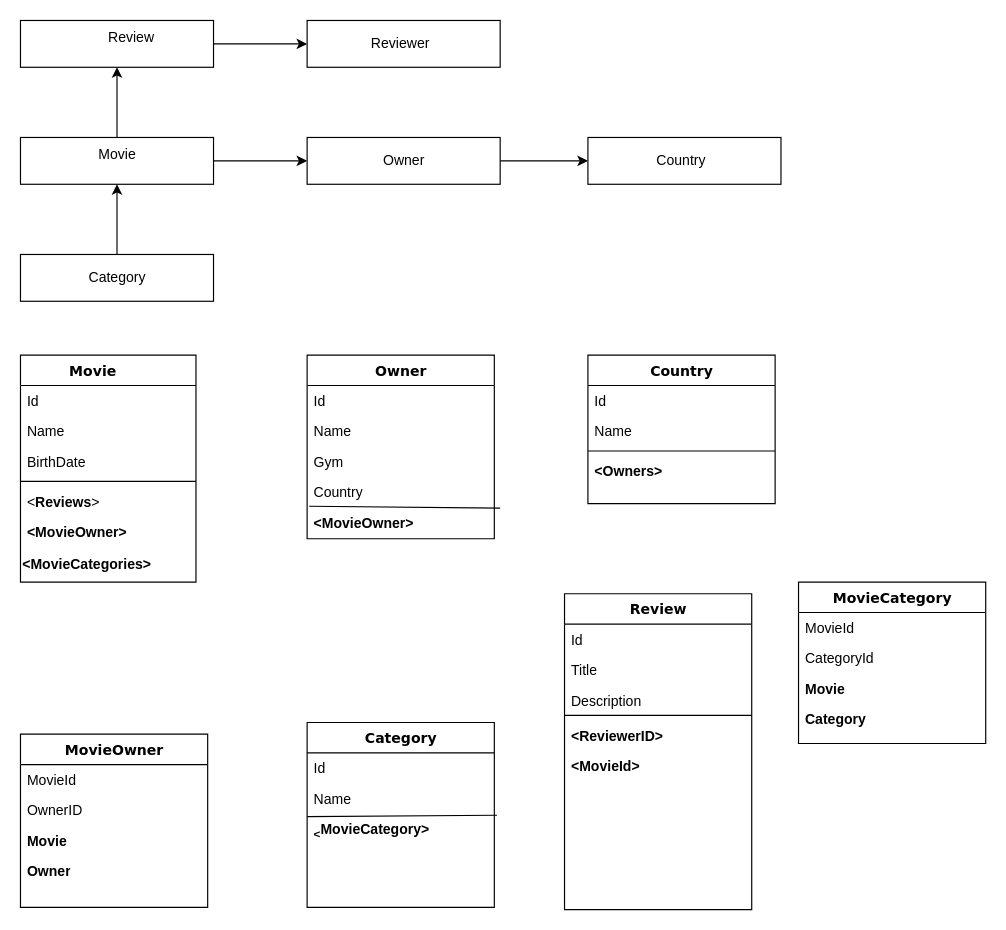
Above: Untitled Diagram.drawio in OfficialjustleoDev/myPortfolio (draw.io), before the change. Source tidied: cells renumbered, new cells numbered last; positions are measured from the earlier drawing's top-left corner, leaving out a move shared by most shapes. Both pictures are drawn from the tidied source at 117%, with x=0, y=0 at pixel (20, 20).
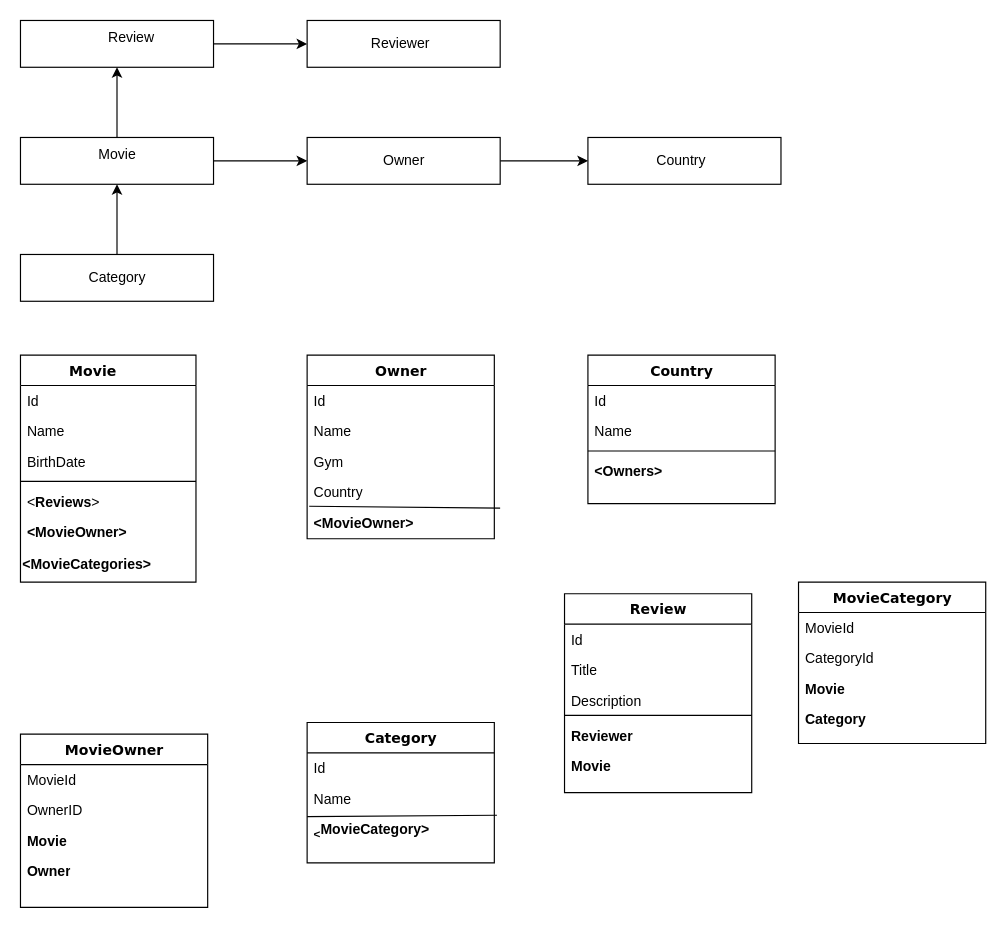
Above is the later version.

The edit, as a diff of the source:
```diff
@@
     <mxCell id="27" value="Category" style="swimlane;html=1;fontStyle=1;align=center;verticalAlign=top;horizontal=1;startSize=26;swimlaneFillColor=#ffffff;rounded=0;shadow=0;comic=0;labelBackgroundColor=none;strokeWidth=1;fillColor=none;fontFamily=Verdana;fontSize=12;" parent="1" vertex="1">
-      <mxGeometry x="245" y="600" width="160" height="158" as="geometry" />
+      <mxGeometry x="245" y="600" width="160" height="120" as="geometry" />
     </mxCell>
@@
     <mxCell id="32" value="Review" style="swimlane;html=1;fontStyle=1;align=center;verticalAlign=top;horizontal=1;startSize=26;swimlaneFillColor=#ffffff;rounded=0;shadow=0;comic=0;labelBackgroundColor=none;strokeWidth=1;fillColor=none;fontFamily=Verdana;fontSize=12;" parent="1" vertex="1">
-      <mxGeometry x="465" y="490" width="160" height="270" as="geometry" />
+      <mxGeometry x="465" y="490" width="160" height="170" as="geometry" />
     </mxCell>
@@
-    <mxCell id="37" value="&lt;b&gt;&amp;lt;ReviewerID&amp;gt;&lt;/b&gt;" style="text;html=1;strokeColor=none;fillColor=none;align=left;verticalAlign=top;spacingLeft=4;spacingRight=4;whiteSpace=wrap;overflow=hidden;" parent="32" vertex="1">
+    <mxCell id="37" value="&lt;b&gt;Reviewer&lt;/b&gt;" style="text;html=1;strokeColor=none;fillColor=none;align=left;verticalAlign=top;spacingLeft=4;spacingRight=4;whiteSpace=wrap;overflow=hidden;" parent="32" vertex="1">
       <mxGeometry y="108" width="160" height="26" as="geometry" />
     </mxCell>
-    <mxCell id="38" value="&lt;b&gt;&amp;lt;MovieId&amp;gt;&lt;/b&gt;" style="text;html=1;strokeColor=none;fillColor=none;align=left;verticalAlign=top;spacingLeft=4;spacingRight=4;whiteSpace=wrap;overflow=hidden;" parent="32" vertex="1">
+    <mxCell id="38" value="&lt;b&gt;Movie&lt;/b&gt;" style="text;html=1;strokeColor=none;fillColor=none;align=left;verticalAlign=top;spacingLeft=4;spacingRight=4;whiteSpace=wrap;overflow=hidden;" parent="32" vertex="1">
       <mxGeometry y="134" width="160" height="26" as="geometry" />
     </mxCell>
```
